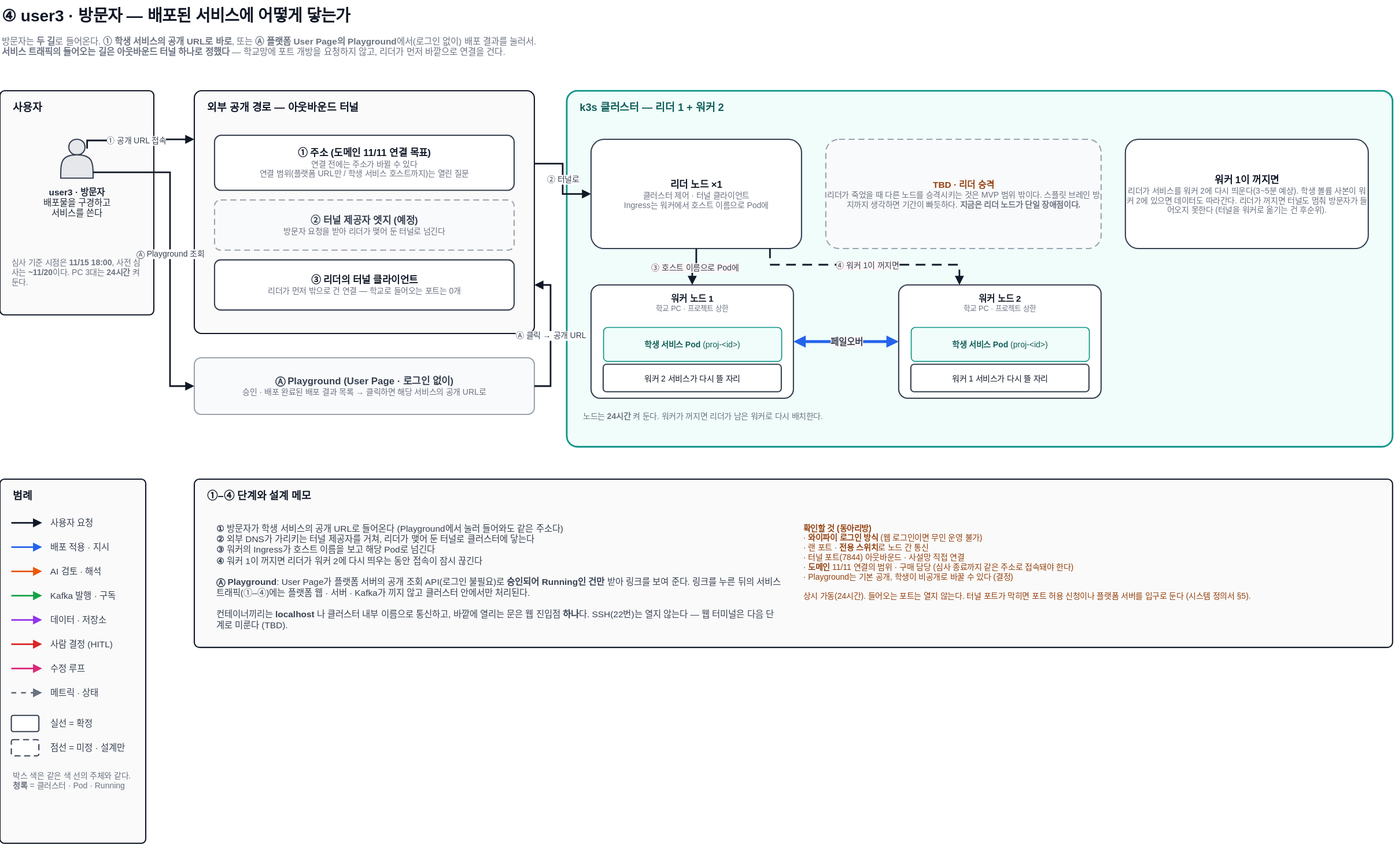
The draw.io diagram docs/architecture/user3-visitor.drawio.svg in woowangthon/WOOWANGTHON_TEAM_18, before a commit. Source tidied: cells renumbered, new cells last; positions are measured from the earlier drawing's top-left corner, leaving out a move shared by most shapes.
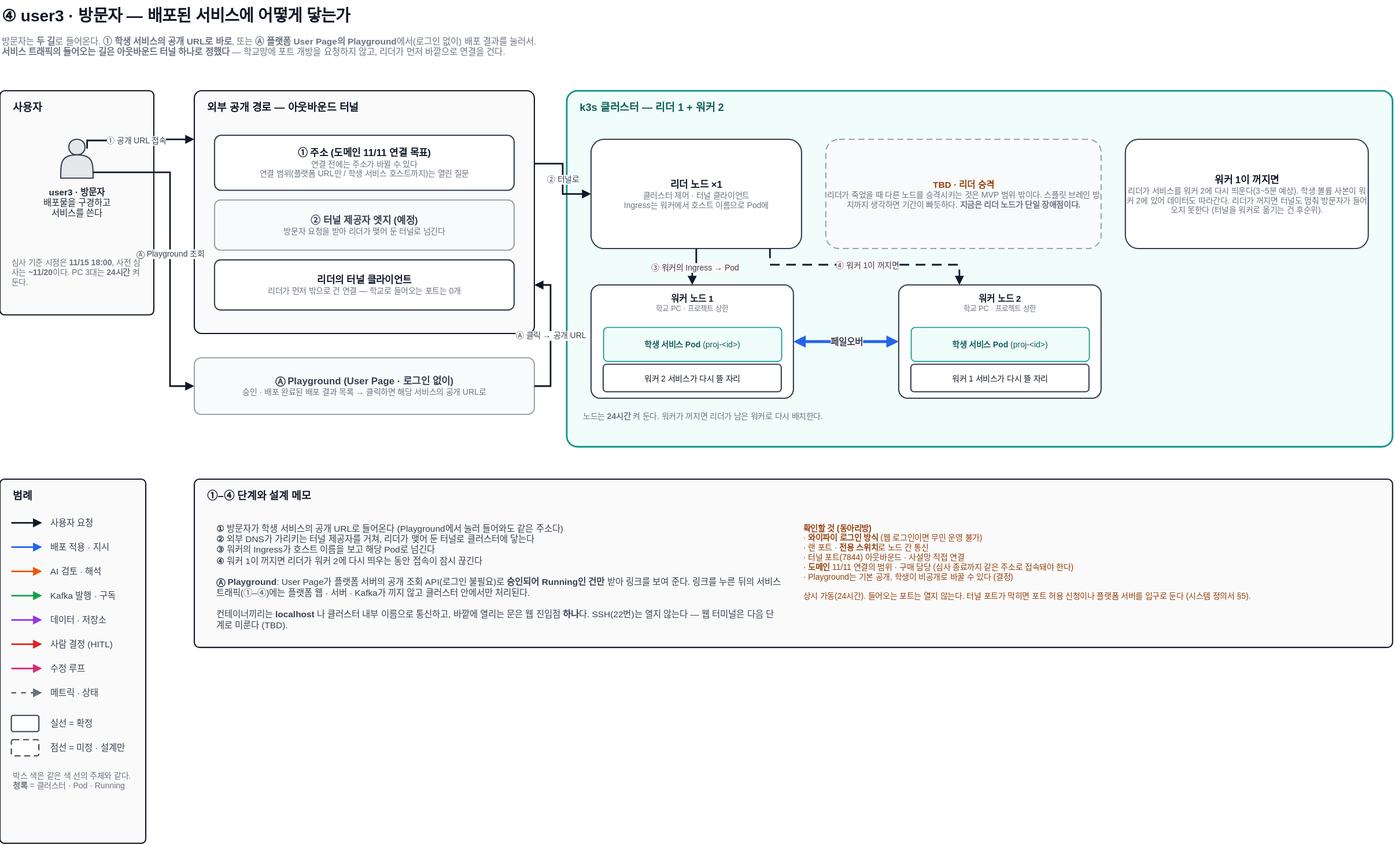
The same diagram one commit later.

Change to the diagram source:
```diff
@@ -26,10 +26,10 @@
     <mxCell id="9" value="&lt;b&gt;① 주소 (도메인 11/11 연결 목표)&lt;/b&gt;&lt;div style=&quot;font-size:10px;color:#6B7280&quot;&gt;연결 전에는 주소가 바뀔 수 있다&lt;br&gt;연결 범위(플랫폼 URL만 / 학생 서비스 호스트까지)는 열린 질문&lt;/div&gt;" style="rounded=1;arcSize=12;whiteSpace=wrap;html=1;fillColor=#FFFFFF;strokeColor=#374151;strokeWidth=1.5;fontSize=12;fontColor=#111827;fontFamily=Pretendard,Malgun Gothic,Apple SD Gothic Neo,sans-serif;" parent="1" vertex="1">
       <mxGeometry x="265" y="167" width="370" height="68" as="geometry" />
     </mxCell>
-    <mxCell id="10" value="&lt;b&gt;② 터널 제공자 엣지 (예정)&lt;/b&gt;&lt;div style=&quot;font-size:10px;color:#6B7280&quot;&gt;방문자 요청을 받아 리더가 맺어 둔 터널로 넘긴다&lt;/div&gt;" style="rounded=1;arcSize=12;whiteSpace=wrap;html=1;dashed=1;dashPattern=5 3;fillColor=#F9FAFB;strokeColor=#9CA3AF;strokeWidth=1.5;fontSize=12;fontColor=#374151;fontFamily=Pretendard,Malgun Gothic,Apple SD Gothic Neo,sans-serif;" parent="1" vertex="1">
+    <mxCell id="10" value="&lt;b&gt;② 터널 제공자 엣지 (예정)&lt;/b&gt;&lt;div style=&quot;font-size:10px;color:#6B7280&quot;&gt;방문자 요청을 받아 리더가 맺어 둔 터널로 넘긴다&lt;/div&gt;" style="rounded=1;arcSize=12;whiteSpace=wrap;html=1;dashPattern=5 3;fillColor=#F9FAFB;strokeColor=#9CA3AF;strokeWidth=1.5;fontSize=12;fontColor=#374151;fontFamily=Pretendard,Malgun Gothic,Apple SD Gothic Neo,sans-serif;dashed=0;" parent="1" vertex="1">
       <mxGeometry x="265" y="247" width="370" height="62" as="geometry" />
     </mxCell>
-    <mxCell id="11" value="&lt;b&gt;③ 리더의 터널 클라이언트&lt;/b&gt;&lt;div style=&quot;font-size:10px;color:#6B7280&quot;&gt;리더가 먼저 밖으로 건 연결 — 학교로 들어오는 포트는 0개&lt;/div&gt;" style="rounded=1;arcSize=12;whiteSpace=wrap;html=1;fillColor=#FFFFFF;strokeColor=#374151;strokeWidth=1.5;fontSize=12;fontColor=#111827;fontFamily=Pretendard,Malgun Gothic,Apple SD Gothic Neo,sans-serif;" parent="1" vertex="1">
+    <mxCell id="11" value="&lt;b&gt;리더의 터널 클라이언트&lt;/b&gt;&lt;div style=&quot;font-size:10px;color:#6B7280&quot;&gt;리더가 먼저 밖으로 건 연결 — 학교로 들어오는 포트는 0개&lt;/div&gt;" style="rounded=1;arcSize=12;whiteSpace=wrap;html=1;fillColor=#FFFFFF;strokeColor=#374151;strokeWidth=1.5;fontSize=12;fontColor=#111827;fontFamily=Pretendard,Malgun Gothic,Apple SD Gothic Neo,sans-serif;" parent="1" vertex="1">
       <mxGeometry x="265" y="321" width="370" height="62" as="geometry" />
     </mxCell>
     <mxCell id="12" value="k3s 클러스터 — 리더 1 + 워커 2" style="rounded=1;arcSize=3;html=1;fillColor=#F0FDFA;strokeColor=#0D9488;strokeWidth=2;verticalAlign=top;align=left;spacingLeft=14;spacingTop=6;fontSize=13;fontStyle=1;fontColor=#115E59;fontFamily=Pretendard,Malgun Gothic,Apple SD Gothic Neo,sans-serif;" parent="1" vertex="1">
@@ -41,7 +41,7 @@
     <mxCell id="14" value="&lt;b&gt;TBD · 리더 승격&lt;/b&gt;&lt;div style=&quot;font-size:10px;color:#6B7280&quot;&gt;리더가 죽었을 때 다른 노드를 승격시키는 것은 MVP 범위 밖이다. 스플릿 브레인 방지까지 생각하면 기간이 빠듯하다. &lt;b&gt;지금은 리더 노드가 단일 장애점이다.&lt;/b&gt;&lt;/div&gt;" style="rounded=1;arcSize=12;whiteSpace=wrap;html=1;dashed=1;dashPattern=5 3;fillColor=#F9FAFB;strokeColor=#9CA3AF;strokeWidth=1.5;fontSize=11;fontColor=#92400E;fontFamily=Pretendard,Malgun Gothic,Apple SD Gothic Neo,sans-serif;" parent="1" vertex="1">
       <mxGeometry x="1020" y="172" width="340" height="135" as="geometry" />
     </mxCell>
-    <mxCell id="15" value="&lt;b&gt;워커 1이 꺼지면&lt;/b&gt;&lt;div style=&quot;font-size:10px;color:#6B7280&quot;&gt;리더가 서비스를 워커 2에 다시 띄운다(3~5분 예상). 학생 볼륨 사본이 워커 2에 있으면 데이터도 따라간다. 리더가 꺼지면 터널도 멈춰 방문자가 들어오지 못한다 (터널을 워커로 옮기는 건 후순위).&lt;/div&gt;" style="rounded=1;arcSize=12;whiteSpace=wrap;html=1;fillColor=#FFFFFF;strokeColor=#374151;strokeWidth=1.5;fontSize=12;fontColor=#111827;fontFamily=Pretendard,Malgun Gothic,Apple SD Gothic Neo,sans-serif;" parent="1" vertex="1">
+    <mxCell id="15" value="&lt;b&gt;워커 1이 꺼지면&lt;/b&gt;&lt;div style=&quot;font-size:10px;color:#6B7280&quot;&gt;리더가 서비스를 워커 2에 다시 띄운다(3~5분 예상). 학생 볼륨 사본이 워커 2에 있어 데이터도 따라간다. 리더가 꺼지면 터널도 멈춰 방문자가 들어오지 못한다 (터널을 워커로 옮기는 건 후순위).&lt;/div&gt;" style="rounded=1;arcSize=12;whiteSpace=wrap;html=1;fillColor=#FFFFFF;strokeColor=#374151;strokeWidth=1.5;fontSize=12;fontColor=#111827;fontFamily=Pretendard,Malgun Gothic,Apple SD Gothic Neo,sans-serif;" parent="1" vertex="1">
       <mxGeometry x="1390" y="172" width="300" height="135" as="geometry" />
     </mxCell>
     <mxCell id="16" value="워커 노드 1&lt;div style=&quot;font-size:9px;font-weight:400;color:#6B7280&quot;&gt;학교 PC · 프로젝트 상한&lt;/div&gt;" style="rounded=1;arcSize=8;whiteSpace=wrap;html=1;fillColor=#FFFFFF;strokeColor=#374151;strokeWidth=1.5;verticalAlign=top;align=center;spacingTop=4;fontSize=11;fontStyle=1;fontColor=#111827;fontFamily=Pretendard,Malgun Gothic,Apple SD Gothic Neo,sans-serif;" parent="1" vertex="1">
@@ -86,7 +86,7 @@
     <mxCell id="27" value="② 터널로" style="edgeStyle=orthogonalEdgeStyle;rounded=0;jettySize=auto;html=1;jumpStyle=arc;jumpSize=8;endArrow=block;endFill=1;strokeWidth=2;fontSize=10;labelBackgroundColor=#FFFFFF;fontFamily=Pretendard,Malgun Gothic,Apple SD Gothic Neo,sans-serif;fontColor=#374151;strokeColor=#111827;exitX=1;exitY=0.3;exitDx=0;exitDy=0;entryX=0;entryY=0.5;entryDx=0;entryDy=0;" parent="1" edge="1" source="8" target="13">
       <mxGeometry relative="1" as="geometry" />
     </mxCell>
-    <mxCell id="28" value="③ 호스트 이름으로 Pod에" style="edgeStyle=orthogonalEdgeStyle;rounded=0;jettySize=auto;html=1;jumpStyle=arc;jumpSize=8;endArrow=block;endFill=1;strokeWidth=2;fontSize=10;labelBackgroundColor=#FFF7F7;fontFamily=Pretendard,Malgun Gothic,Apple SD Gothic Neo,sans-serif;fontColor=#374151;strokeColor=#111827;exitX=0.5;exitY=1;exitDx=0;exitDy=0;entryX=0.5;entryY=0;entryDx=0;entryDy=0;" parent="1" edge="1" source="13" target="16">
+    <mxCell id="28" value="③ 워커의 Ingress → Pod" style="edgeStyle=orthogonalEdgeStyle;rounded=0;jettySize=auto;html=1;jumpStyle=arc;jumpSize=8;endArrow=block;endFill=1;strokeWidth=2;fontSize=10;labelBackgroundColor=#FFF7F7;fontFamily=Pretendard,Malgun Gothic,Apple SD Gothic Neo,sans-serif;fontColor=#374151;strokeColor=#111827;exitX=0.5;exitY=1;exitDx=0;exitDy=0;entryX=0.5;entryY=0;entryDx=0;entryDy=0;" parent="1" edge="1" source="13" target="16">
       <mxGeometry relative="1" as="geometry" />
     </mxCell>
     <mxCell id="29" value="④ 워커 1이 꺼지면" style="edgeStyle=orthogonalEdgeStyle;rounded=0;jettySize=auto;html=1;jumpStyle=arc;jumpSize=8;endArrow=block;endFill=1;strokeWidth=2;fontSize=10;labelBackgroundColor=#FFF7F7;fontFamily=Pretendard,Malgun Gothic,Apple SD Gothic Neo,sans-serif;fontColor=#374151;strokeColor=#111827;dashed=1;dashPattern=6 4;exitX=0.85;exitY=1;exitDx=0;exitDy=0;entryX=0.3;entryY=0;entryDx=0;entryDy=0;" parent="1" edge="1" source="13" target="19">
```
